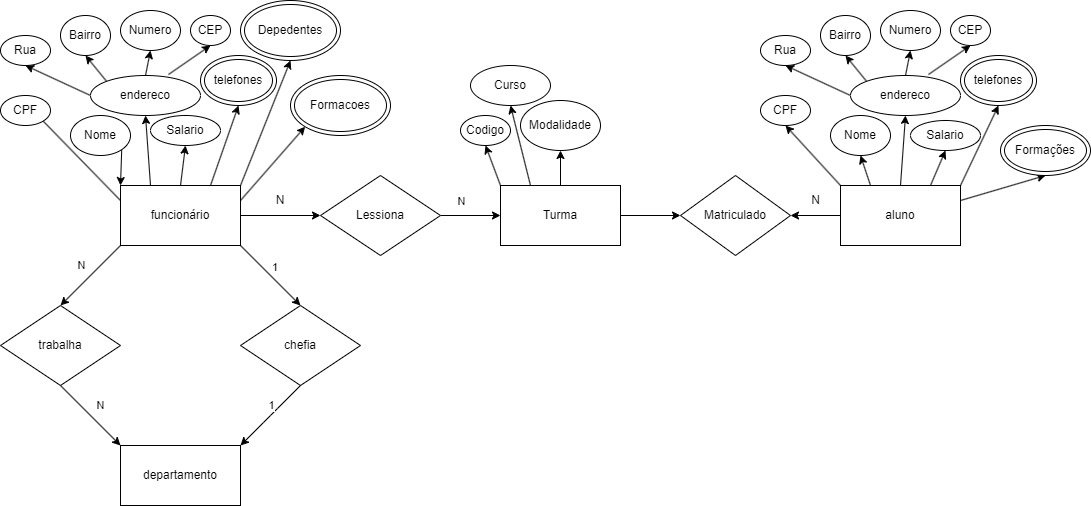
This is Senac.png from MurilohfMota/Diagramas, a draw.io export, as it was before one commit. Source tidied: cells renumbered, new cells last; positions are measured from the earlier drawing's top-left corner, leaving out a move shared by most shapes.
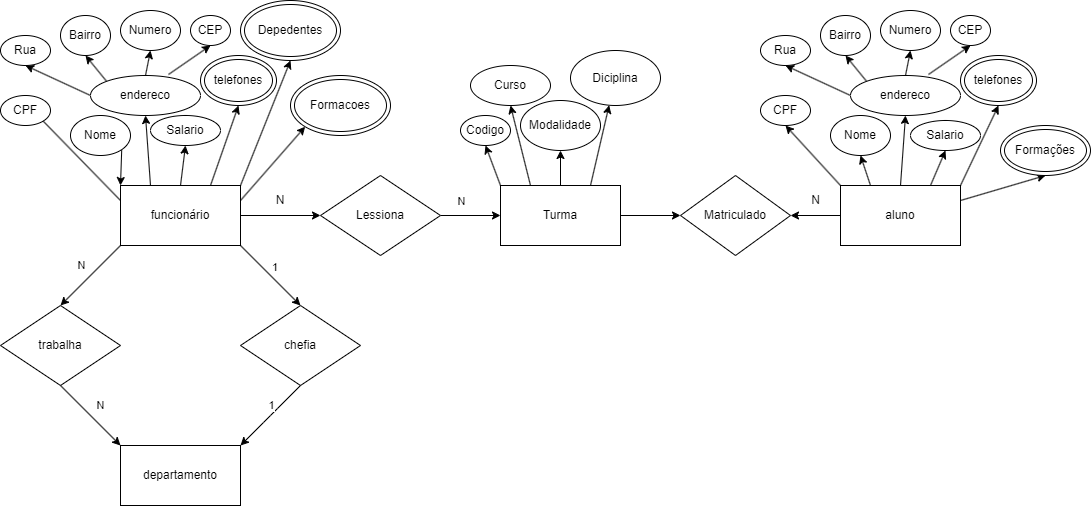
After the commit.

Commit message:
Finalizado atividade BD 01

Diff of the diagram source:
```diff
@@ -159,6 +159,9 @@
     <mxCell id="49" style="edgeStyle=none;rounded=1;html=1;exitX=0.25;exitY=0;exitDx=0;exitDy=0;entryX=0.5;entryY=1;entryDx=0;entryDy=0;" parent="1" edge="1" source="50" target="71">
       <mxGeometry relative="1" as="geometry" />
     </mxCell>
+    <mxCell id="73" style="edgeStyle=none;rounded=1;html=1;exitX=0.75;exitY=0;exitDx=0;exitDy=0;" parent="1" edge="1" source="50" target="74">
+      <mxGeometry relative="1" as="geometry" />
+    </mxCell>
     <mxCell id="50" value="Turma" style="rounded=0;whiteSpace=wrap;html=1;" parent="1" vertex="1">
       <mxGeometry x="500" y="185" width="120" height="60" as="geometry" />
     </mxCell>
@@ -230,5 +233,8 @@
     <mxCell id="72" value="Modalidade" style="ellipse;whiteSpace=wrap;html=1;" parent="1" vertex="1">
       <mxGeometry x="520" y="100" width="80" height="50" as="geometry" />
     </mxCell>
+    <mxCell id="74" value="Diciplina" style="ellipse;whiteSpace=wrap;html=1;" parent="1" vertex="1">
+      <mxGeometry x="570" y="50" width="90" height="55" as="geometry" />
+    </mxCell>
   </root>
 </mxGraphModel>
```
